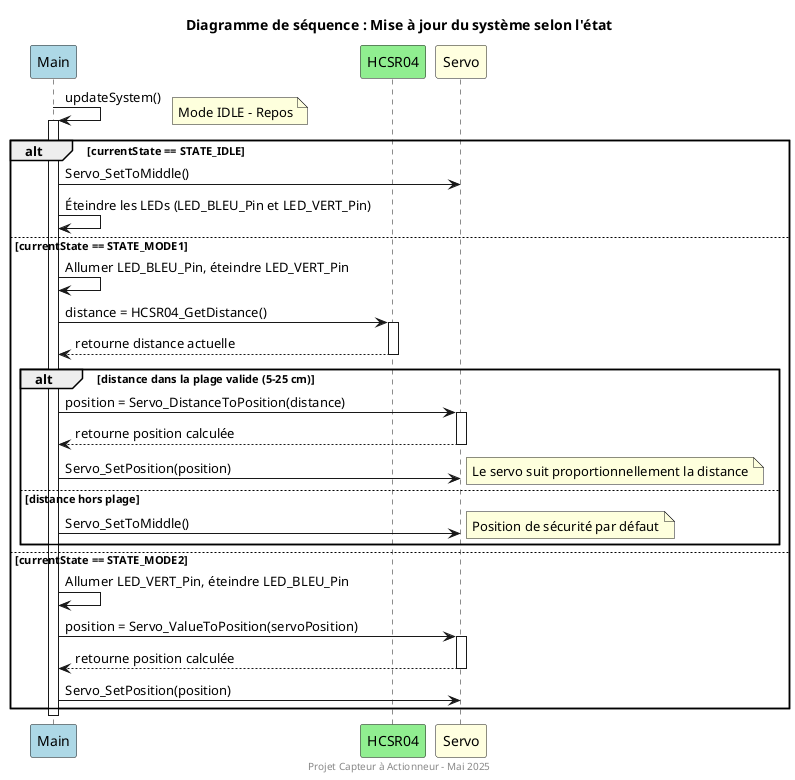
This is doc-README/DS-SystemUpdate.png from AzTaiiyoo/Capteur_actionneur, a PlantUML export, as it was before one commit. The source it was exported from:
```plantuml
@startuml
participant "Main" as Main #LightBlue
participant "HCSR04" as HCSR04 #LightGreen
participant "Servo" as Servo #LightYellow

title Diagramme de séquence : Mise à jour du système selon l'état

Main -> Main: updateSystem()
activate Main

alt currentState == STATE_IDLE
  note right: Mode IDLE - Repos
  Main -> Servo: Servo_SetToMiddle()
  Main -> Main: Éteindre les LEDs (LED_BLEU_Pin et LED_VERT_Pin)
else currentState == STATE_MODE1
  note right: Mode 1 - Suivi capteur
  Main -> Main: Allumer LED_BLEU_Pin, éteindre LED_VERT_Pin
  Main -> HCSR04: distance = HCSR04_GetDistance()
  activate HCSR04
  HCSR04 --> Main: retourne distance actuelle
  deactivate HCSR04

  alt distance dans la plage valide (5-25 cm)
    Main -> Servo: position = Servo_DistanceToPosition(distance)
    activate Servo
    Servo --> Main: retourne position calculée
    deactivate Servo
    Main -> Servo: Servo_SetPosition(position)
    note right: Le servo suit proportionnellement la distance
  else distance hors plage
    Main -> Servo: Servo_SetToMiddle()
    note right: Position de sécurité par défaut
  end
else currentState == STATE_MODE2
  note right: Mode 2 - Commande utilisateur
  Main -> Main: Allumer LED_VERT_Pin, éteindre LED_BLEU_Pin
  Main -> Servo: position = Servo_ValueToPosition(servoPosition)
  activate Servo
  Servo --> Main: retourne position calculée
  deactivate Servo
  Main -> Servo: Servo_SetPosition(position)
end

deactivate Main

footer Projet Capteur à Actionneur - Mai 2025
@enduml
```
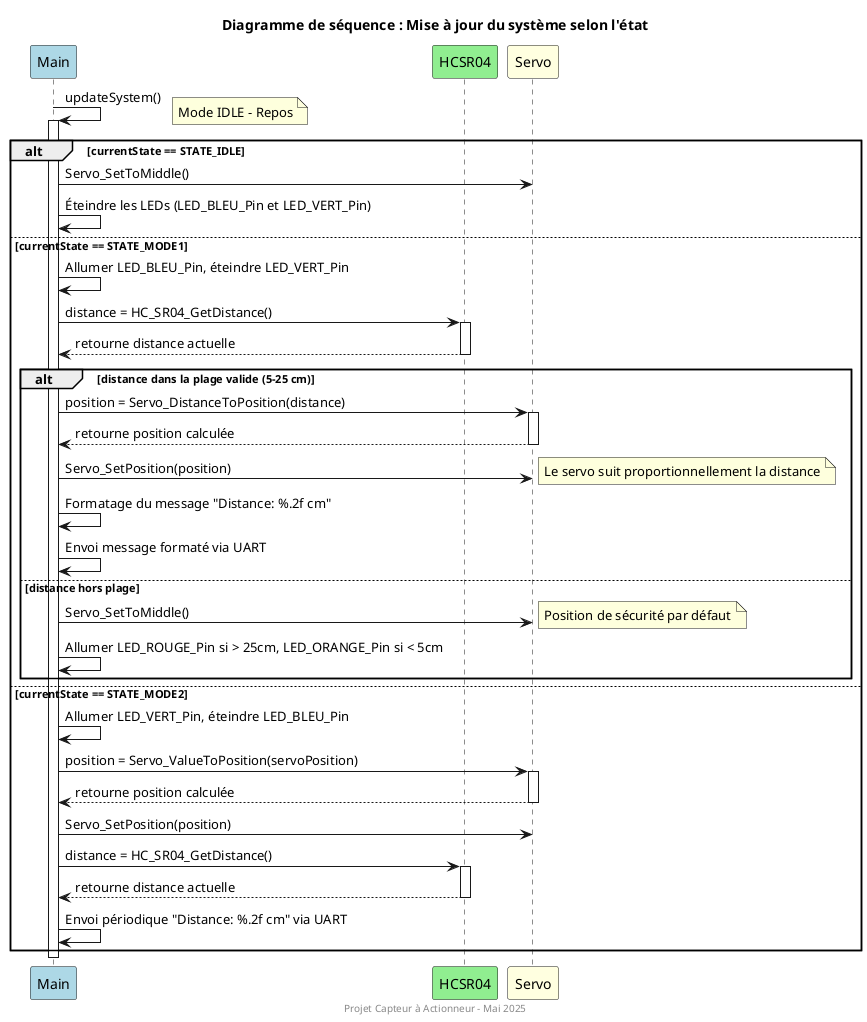
After the commit.

What changed in the source:
```diff
@@ -15,7 +15,7 @@
 else currentState == STATE_MODE1
   note right: Mode 1 - Suivi capteur
   Main -> Main: Allumer LED_BLEU_Pin, éteindre LED_VERT_Pin
-  Main -> HCSR04: distance = HCSR04_GetDistance()
+  Main -> HCSR04: distance = HC_SR04_GetDistance()
   activate HCSR04
   HCSR04 --> Main: retourne distance actuelle
   deactivate HCSR04
@@ -27,9 +27,13 @@
     deactivate Servo
     Main -> Servo: Servo_SetPosition(position)
     note right: Le servo suit proportionnellement la distance
+
+    Main -> Main: Formatage du message "Distance: %.2f cm"
+    Main -> Main: Envoi message formaté via UART
   else distance hors plage
     Main -> Servo: Servo_SetToMiddle()
     note right: Position de sécurité par défaut
+    Main -> Main: Allumer LED_ROUGE_Pin si > 25cm, LED_ORANGE_Pin si < 5cm
   end
 else currentState == STATE_MODE2
   note right: Mode 2 - Commande utilisateur
@@ -39,6 +43,13 @@
   Servo --> Main: retourne position calculée
   deactivate Servo
   Main -> Servo: Servo_SetPosition(position)
+
+  Main -> HCSR04: distance = HC_SR04_GetDistance()
+  activate HCSR04
+  HCSR04 --> Main: retourne distance actuelle
+  deactivate HCSR04
+
+  Main -> Main: Envoi périodique "Distance: %.2f cm" via UART
 end
 
 deactivate Main
```
